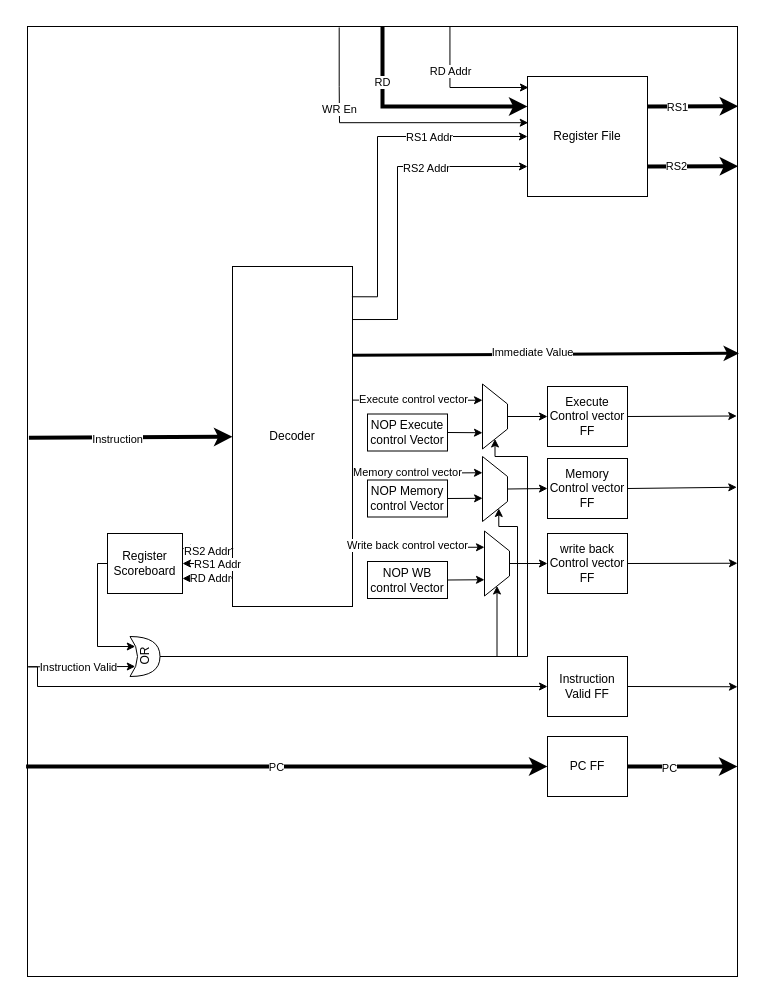
The draw.io diagram page "Decode stage" (3 of 6) of cpu/doc/block diagrams/pipeline stages.drawio in bittnert/icebreaker, before the edit. Source tidied: cells renumbered, new cells numbered last; positions are measured from the earlier drawing's top-left corner, leaving out a move shared by most shapes. Both pictures are drawn from the tidied source at 100%, with x=0, y=0 at pixel (27, 26).
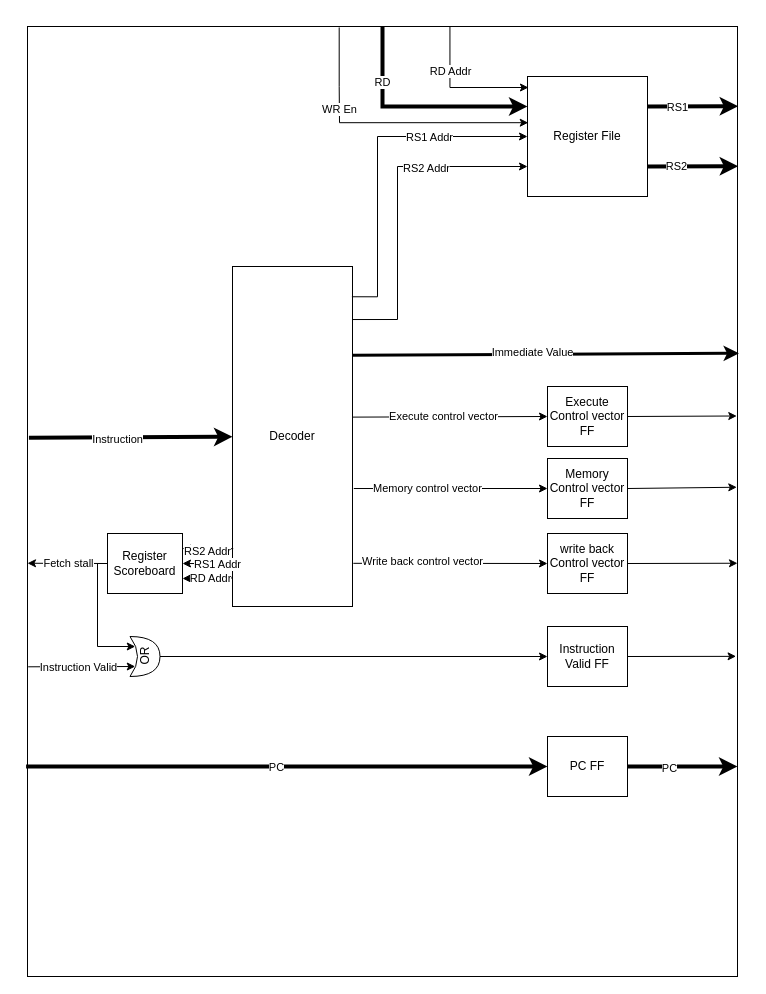
The same diagram, later.

The change refers to these unchanged cells:
```xml
<mxCell id="2" style="rounded=0;whiteSpace=wrap;html=1;" parent="1" vertex="1">
  <mxGeometry width="710" height="950" as="geometry" />
</mxCell>
<mxCell id="3" value="Decoder" style="rounded=0;whiteSpace=wrap;html=1;" parent="1" vertex="1">
  <mxGeometry x="205" y="240" width="120" height="340" as="geometry" />
</mxCell>
<mxCell id="18" value="Execute Control vector FF" style="rounded=0;whiteSpace=wrap;html=1;" parent="1" vertex="1">
  <mxGeometry x="520" y="360" width="80" height="60" as="geometry" />
</mxCell>
<mxCell id="20" value="Memory Control vector FF" style="rounded=0;whiteSpace=wrap;html=1;" parent="1" vertex="1">
  <mxGeometry x="520" y="432" width="80" height="60" as="geometry" />
</mxCell>
<mxCell id="22" value="write back Control vector FF" style="rounded=0;whiteSpace=wrap;html=1;" parent="1" vertex="1">
  <mxGeometry x="520" y="507" width="80" height="60" as="geometry" />
</mxCell>
<mxCell id="38" value="Register Scoreboard" style="rounded=0;whiteSpace=wrap;html=1;" parent="1" vertex="1">
  <mxGeometry x="80" y="507" width="75" height="60" as="geometry" />
</mxCell>
<mxCell id="45" value="OR" style="shape=xor;whiteSpace=wrap;html=1;rotation=0;horizontal=0;" parent="1" vertex="1">
  <mxGeometry x="102.5" y="610" width="30" height="40" as="geometry" />
</mxCell>
```

The edit, as a diff of the source:
```diff
@@
-    <mxCell id="15" style="endArrow=classic;html=1;rounded=0;exitX=0.5;exitY=0;exitDx=0;exitDy=0;entryX=0;entryY=0.5;entryDx=0;entryDy=0;" parent="1" edge="1" source="25" target="18">
-      <mxGeometry relative="1" as="geometry" />
-    </mxCell>
@@
-    <mxCell id="19" style="endArrow=classic;html=1;rounded=0;exitX=0.5;exitY=0;exitDx=0;exitDy=0;entryX=0;entryY=0.5;entryDx=0;entryDy=0;" parent="1" edge="1" source="30" target="20">
-      <mxGeometry relative="1" as="geometry" />
-    </mxCell>
@@
-    <mxCell id="21" style="endArrow=classic;html=1;rounded=0;exitX=0.5;exitY=0;exitDx=0;exitDy=0;entryX=0;entryY=0.5;entryDx=0;entryDy=0;" parent="1" edge="1" source="35" target="22">
-      <mxGeometry relative="1" as="geometry" />
-    </mxCell>
@@
-    <mxCell id="23" style="endArrow=classic;html=1;rounded=0;exitX=1;exitY=0.393;exitDx=0;exitDy=0;entryX=0.25;entryY=1;entryDx=0;entryDy=0;exitPerimeter=0;" parent="1" edge="1" source="3" target="25">
+    <mxCell id="23" style="endArrow=classic;html=1;rounded=0;exitX=1.001;exitY=0.443;exitDx=0;exitDy=0;entryX=0;entryY=0.5;entryDx=0;entryDy=0;exitPerimeter=0;" parent="1" edge="1" source="3" target="18">
       <mxGeometry relative="1" as="geometry" />
     </mxCell>
@@
-    <mxCell id="25" style="shape=trapezoid;perimeter=trapezoidPerimeter;whiteSpace=wrap;html=1;fixedSize=1;rotation=90;" parent="1" vertex="1">
-      <mxGeometry x="435" y="377.5" width="65" height="25" as="geometry" />
-    </mxCell>
-    <mxCell id="26" value="NOP Execute control Vector" style="rounded=0;whiteSpace=wrap;html=1;" parent="1" vertex="1">
-      <mxGeometry x="340" y="387.5" width="80" height="37" as="geometry" />
-    </mxCell>
-    <mxCell id="27" style="endArrow=classic;html=1;rounded=0;exitX=1;exitY=0.5;exitDx=0;exitDy=0;entryX=0.75;entryY=1;entryDx=0;entryDy=0;" parent="1" edge="1" source="26" target="25">
-      <mxGeometry relative="1" as="geometry" />
-    </mxCell>
-    <mxCell id="28" style="endArrow=classic;html=1;rounded=0;exitX=0.999;exitY=0.609;exitDx=0;exitDy=0;entryX=0.25;entryY=1;entryDx=0;entryDy=0;exitPerimeter=0;" parent="1" edge="1" source="3" target="30">
+    <mxCell id="28" style="endArrow=classic;html=1;rounded=0;exitX=1.011;exitY=0.653;exitDx=0;exitDy=0;entryX=0;entryY=0.5;entryDx=0;entryDy=0;exitPerimeter=0;" parent="1" edge="1" source="3" target="20">
       <mxGeometry relative="1" as="geometry" />
     </mxCell>
@@
-    <mxCell id="30" style="shape=trapezoid;perimeter=trapezoidPerimeter;whiteSpace=wrap;html=1;fixedSize=1;rotation=90;" parent="1" vertex="1">
-      <mxGeometry x="435" y="450" width="65" height="25" as="geometry" />
-    </mxCell>
-    <mxCell id="31" value="NOP Memory control Vector" style="rounded=0;whiteSpace=wrap;html=1;" parent="1" vertex="1">
-      <mxGeometry x="340" y="453.5" width="80" height="37" as="geometry" />
-    </mxCell>
-    <mxCell id="32" style="endArrow=classic;html=1;rounded=0;entryX=0.643;entryY=0.996;entryDx=0;entryDy=0;entryPerimeter=0;exitX=1;exitY=0.5;exitDx=0;exitDy=0;" parent="1" edge="1" source="31" target="30">
-      <mxGeometry relative="1" as="geometry" />
-    </mxCell>
-    <mxCell id="33" style="endArrow=classic;html=1;rounded=0;exitX=0.999;exitY=0.826;exitDx=0;exitDy=0;entryX=0.25;entryY=1;entryDx=0;entryDy=0;exitPerimeter=0;" parent="1" edge="1" source="3" target="35">
+    <mxCell id="33" style="endArrow=classic;html=1;rounded=0;exitX=1.007;exitY=0.873;exitDx=0;exitDy=0;entryX=0;entryY=0.5;entryDx=0;entryDy=0;exitPerimeter=0;" parent="1" edge="1" source="3" target="22">
       <mxGeometry relative="1" as="geometry" />
     </mxCell>
@@
-    <mxCell id="35" style="shape=trapezoid;perimeter=trapezoidPerimeter;whiteSpace=wrap;html=1;fixedSize=1;rotation=90;" parent="1" vertex="1">
-      <mxGeometry x="437" y="524.5" width="65" height="25" as="geometry" />
-    </mxCell>
-    <mxCell id="36" value="NOP WB control Vector" style="rounded=0;whiteSpace=wrap;html=1;" parent="1" vertex="1">
-      <mxGeometry x="340" y="535" width="80" height="37" as="geometry" />
-    </mxCell>
-    <mxCell id="37" style="endArrow=classic;html=1;rounded=0;exitX=1;exitY=0.5;exitDx=0;exitDy=0;entryX=0.75;entryY=1;entryDx=0;entryDy=0;" parent="1" edge="1" source="36" target="35">
-      <mxGeometry relative="1" as="geometry" />
-    </mxCell>
@@
-    <mxCell id="49" style="endArrow=classic;html=1;rounded=0;exitX=1;exitY=0.5;exitDx=0;exitDy=0;exitPerimeter=0;entryX=1;entryY=0.5;entryDx=0;entryDy=0;edgeStyle=orthogonalEdgeStyle;" parent="1" edge="1" source="45" target="35">
-      <mxGeometry relative="1" as="geometry" />
-    </mxCell>
-    <mxCell id="50" style="endArrow=classic;html=1;rounded=0;entryX=1;entryY=0.25;entryDx=0;entryDy=0;exitX=1;exitY=0.5;exitDx=0;exitDy=0;exitPerimeter=0;edgeStyle=orthogonalEdgeStyle;" parent="1" edge="1" source="45" target="30">
-      <mxGeometry relative="1" as="geometry">
-        <Array as="points">
-          <mxPoint x="490" y="630" />
-          <mxPoint x="490" y="500" />
-          <mxPoint x="471" y="500" />
-        </Array>
-      </mxGeometry>
-    </mxCell>
-    <mxCell id="51" style="endArrow=classic;html=1;rounded=0;entryX=1;entryY=0.5;entryDx=0;entryDy=0;exitX=1;exitY=0.5;exitDx=0;exitDy=0;exitPerimeter=0;edgeStyle=orthogonalEdgeStyle;" parent="1" edge="1" source="45" target="25">
-      <mxGeometry relative="1" as="geometry">
-        <Array as="points">
-          <mxPoint x="500" y="630" />
-          <mxPoint x="500" y="430" />
-          <mxPoint x="468" y="430" />
-        </Array>
-      </mxGeometry>
-    </mxCell>
@@
-    <mxCell id="53" style="endArrow=classic;html=1;rounded=0;entryX=0;entryY=0.5;entryDx=0;entryDy=0;exitX=0.001;exitY=0.674;exitDx=0;exitDy=0;exitPerimeter=0;edgeStyle=orthogonalEdgeStyle;" parent="1" edge="1" source="2" target="54">
+    <mxCell id="53" style="endArrow=classic;html=1;rounded=0;entryX=0;entryY=0.5;entryDx=0;entryDy=0;exitX=1;exitY=0.5;exitDx=0;exitDy=0;exitPerimeter=0;edgeStyle=orthogonalEdgeStyle;" parent="1" edge="1" source="45" target="54">
       <mxGeometry relative="1" as="geometry">
         <Array as="points">
-          <mxPoint x="10" y="640" />
-          <mxPoint x="10" y="660" />
+          <mxPoint x="520" y="630" />
         </Array>
       </mxGeometry>
     </mxCell>
     <mxCell id="54" value="Instruction Valid FF" style="rounded=0;whiteSpace=wrap;html=1;" parent="1" vertex="1">
-      <mxGeometry x="520" y="630" width="80" height="60" as="geometry" />
+      <mxGeometry x="520" y="600" width="80" height="60" as="geometry" />
     </mxCell>
-    <mxCell id="55" style="endArrow=classic;html=1;rounded=0;exitX=1;exitY=0.5;exitDx=0;exitDy=0;entryX=1;entryY=0.695;entryDx=0;entryDy=0;entryPerimeter=0;" parent="1" edge="1" source="54" target="2">
+    <mxCell id="55" style="endArrow=classic;html=1;rounded=0;exitX=1;exitY=0.5;exitDx=0;exitDy=0;entryX=0.998;entryY=0.663;entryDx=0;entryDy=0;entryPerimeter=0;" parent="1" edge="1" source="54" target="2">
       <mxGeometry relative="1" as="geometry" />
     </mxCell>
@@
+    <mxCell id="69" style="endArrow=classic;html=1;rounded=0;entryX=0;entryY=0.565;entryDx=0;entryDy=0;entryPerimeter=0;exitX=0;exitY=0.5;exitDx=0;exitDy=0;" parent="1" edge="1" source="38" target="2">
+      <mxGeometry relative="1" as="geometry" />
+    </mxCell>
+    <mxCell id="70" value="Fetch stall" style="edgeLabel;html=1;align=center;verticalAlign=middle;" parent="69" vertex="1">
+      <mxGeometry x="0.5" y="-1" relative="1" as="geometry">
+        <mxPoint x="20" y="1" as="offset" />
+      </mxGeometry>
+    </mxCell>
```
